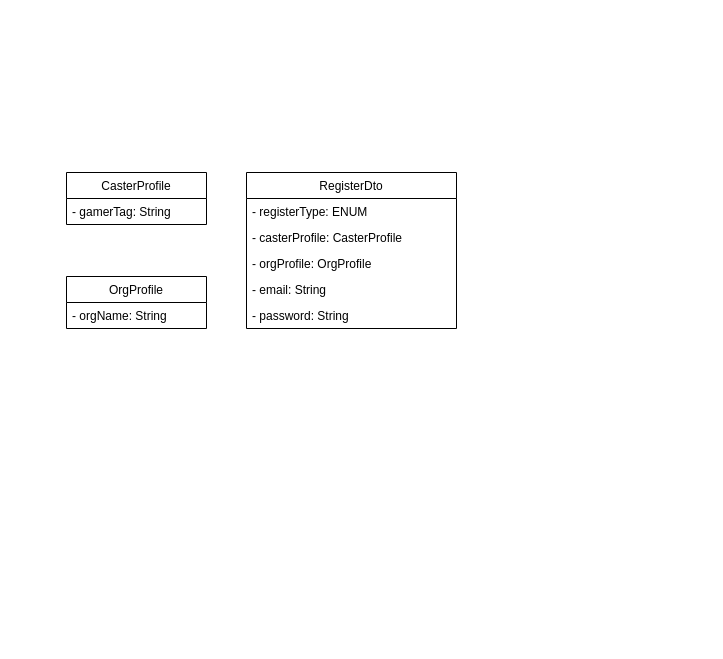
Before: page "CD: Auth" (5 of 6) of diagrams/User_db_class.drawio in riv4lz/riv4lz-backend, a draw.io diagram. Source tidied: cells renumbered, new cells numbered last; positions are measured from the earlier drawing's top-left corner, leaving out a move shared by most shapes. Both pictures are drawn from the tidied source at 100%, with x=0, y=0 at pixel (66, 172).
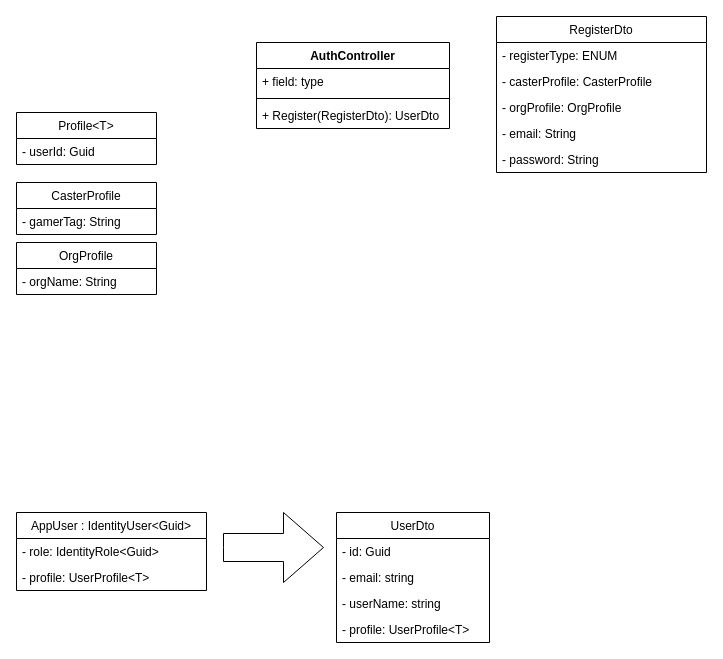
Above is the later version.

Change to the diagram source:
```diff
@@
     <mxCell id="2" value="RegisterDto" style="swimlane;fontStyle=0;horizontal=1;startSize=26;fillColor=none;" parent="1" vertex="1">
-      <mxGeometry x="180" width="210" height="156" as="geometry" />
+      <mxGeometry x="430" y="-156" width="210" height="156" as="geometry" />
     </mxCell>
@@
     <mxCell id="8" value="OrgProfile" style="swimlane;fontStyle=0;horizontal=1;startSize=26;fillColor=none;" parent="1" vertex="1">
-      <mxGeometry y="104" width="140" height="52" as="geometry" />
+      <mxGeometry x="-50" y="70" width="140" height="52" as="geometry" />
     </mxCell>
@@
     <mxCell id="10" value="CasterProfile" style="swimlane;fontStyle=0;horizontal=1;startSize=26;fillColor=none;" parent="1" vertex="1">
-      <mxGeometry width="140" height="52" as="geometry" />
+      <mxGeometry x="-50" y="10" width="140" height="52" as="geometry" />
     </mxCell>
@@
+    <mxCell id="12" value="UserDto" style="swimlane;fontStyle=0;horizontal=1;startSize=26;fillColor=none;" parent="1" vertex="1">
+      <mxGeometry x="270" y="340" width="153" height="130" as="geometry" />
+    </mxCell>
+    <mxCell id="13" value="- id: Guid" style="text;strokeColor=none;fillColor=none;align=left;verticalAlign=top;spacingLeft=4;spacingRight=4;overflow=hidden;" parent="12" vertex="1">
+      <mxGeometry y="26" width="153" height="26" as="geometry" />
+    </mxCell>
+    <mxCell id="14" value="- email: string" style="text;strokeColor=none;fillColor=none;align=left;verticalAlign=top;spacingLeft=4;spacingRight=4;overflow=hidden;" parent="12" vertex="1">
+      <mxGeometry y="52" width="153" height="26" as="geometry" />
+    </mxCell>
+    <mxCell id="15" value="- userName: string" style="text;strokeColor=none;fillColor=none;align=left;verticalAlign=top;spacingLeft=4;spacingRight=4;overflow=hidden;" parent="12" vertex="1">
+      <mxGeometry y="78" width="153" height="26" as="geometry" />
+    </mxCell>
+    <mxCell id="16" value="- profile: UserProfile&lt;T&gt;" style="text;strokeColor=none;fillColor=none;align=left;verticalAlign=top;spacingLeft=4;spacingRight=4;overflow=hidden;" parent="12" vertex="1">
+      <mxGeometry y="104" width="153" height="26" as="geometry" />
+    </mxCell>
+    <mxCell id="17" value="Profile&lt;T&gt;" style="swimlane;fontStyle=0;horizontal=1;startSize=26;fillColor=none;" parent="1" vertex="1">
+      <mxGeometry x="-50" y="-60" width="140" height="52" as="geometry" />
+    </mxCell>
+    <mxCell id="18" value="- userId: Guid" style="text;strokeColor=none;fillColor=none;align=left;verticalAlign=top;spacingLeft=4;spacingRight=4;overflow=hidden;" parent="17" vertex="1">
+      <mxGeometry y="26" width="140" height="26" as="geometry" />
+    </mxCell>
+    <mxCell id="19" value="AppUser : IdentityUser&lt;Guid&gt;" style="swimlane;fontStyle=0;horizontal=1;startSize=26;fillColor=none;" parent="1" vertex="1">
+      <mxGeometry x="-50" y="340" width="190" height="78" as="geometry" />
+    </mxCell>
+    <mxCell id="20" value="- role: IdentityRole&lt;Guid&gt;" style="text;strokeColor=none;fillColor=none;align=left;verticalAlign=top;spacingLeft=4;spacingRight=4;overflow=hidden;" parent="19" vertex="1">
+      <mxGeometry y="26" width="190" height="26" as="geometry" />
+    </mxCell>
+    <mxCell id="21" value="- profile: UserProfile&lt;T&gt;" style="text;strokeColor=none;fillColor=none;align=left;verticalAlign=top;spacingLeft=4;spacingRight=4;overflow=hidden;" parent="19" vertex="1">
+      <mxGeometry y="52" width="190" height="26" as="geometry" />
+    </mxCell>
+    <mxCell id="22" value="AuthController" style="swimlane;fontStyle=1;align=center;verticalAlign=top;horizontal=1;startSize=26;" parent="1" vertex="1">
+      <mxGeometry x="190" y="-130" width="193" height="86" as="geometry" />
+    </mxCell>
+    <mxCell id="23" value="+ field: type" style="text;strokeColor=none;fillColor=none;align=left;verticalAlign=top;spacingLeft=4;spacingRight=4;overflow=hidden;" parent="22" vertex="1">
+      <mxGeometry y="26" width="193" height="26" as="geometry" />
+    </mxCell>
+    <mxCell id="24" style="line;strokeWidth=1;fillColor=none;align=left;verticalAlign=middle;spacingTop=-1;spacingLeft=3;spacingRight=3;labelPosition=right;" parent="22" vertex="1">
+      <mxGeometry y="52" width="193" height="8" as="geometry" />
+    </mxCell>
+    <mxCell id="25" value="+ Register(RegisterDto): UserDto" style="text;strokeColor=none;fillColor=none;align=left;verticalAlign=top;spacingLeft=4;spacingRight=4;overflow=hidden;" parent="22" vertex="1">
+      <mxGeometry y="60" width="193" height="26" as="geometry" />
+    </mxCell>
+    <mxCell id="26" style="html=1;shadow=0;dashed=0;align=center;verticalAlign=middle;shape=mxgraph.arrows2.arrow;dy=0.6;dx=40;notch=0;" parent="1" vertex="1">
+      <mxGeometry x="157" y="340" width="100" height="70" as="geometry" />
+    </mxCell>
```
